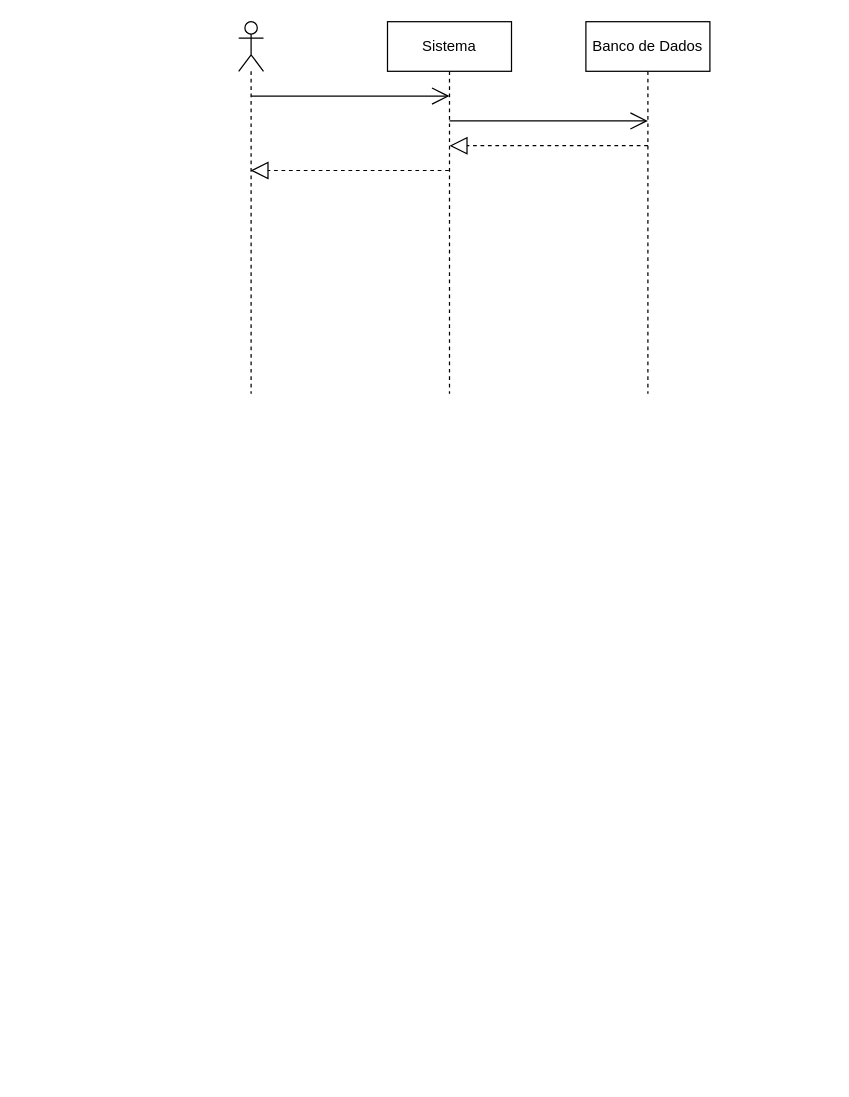
This is page "Mostrar dados Funcionário" (10 of 22) of diagramas/sequencias.drawio from lauraesilva-design/SistemaGest-o-Escolar, a draw.io file, before an edit. Source tidied: cells renumbered, new cells numbered last; positions are measured from the earlier drawing's top-left corner, leaving out a move shared by most shapes. Both pictures are drawn from the tidied source at 124%, with x=0, y=0 at pixel (238, 21).
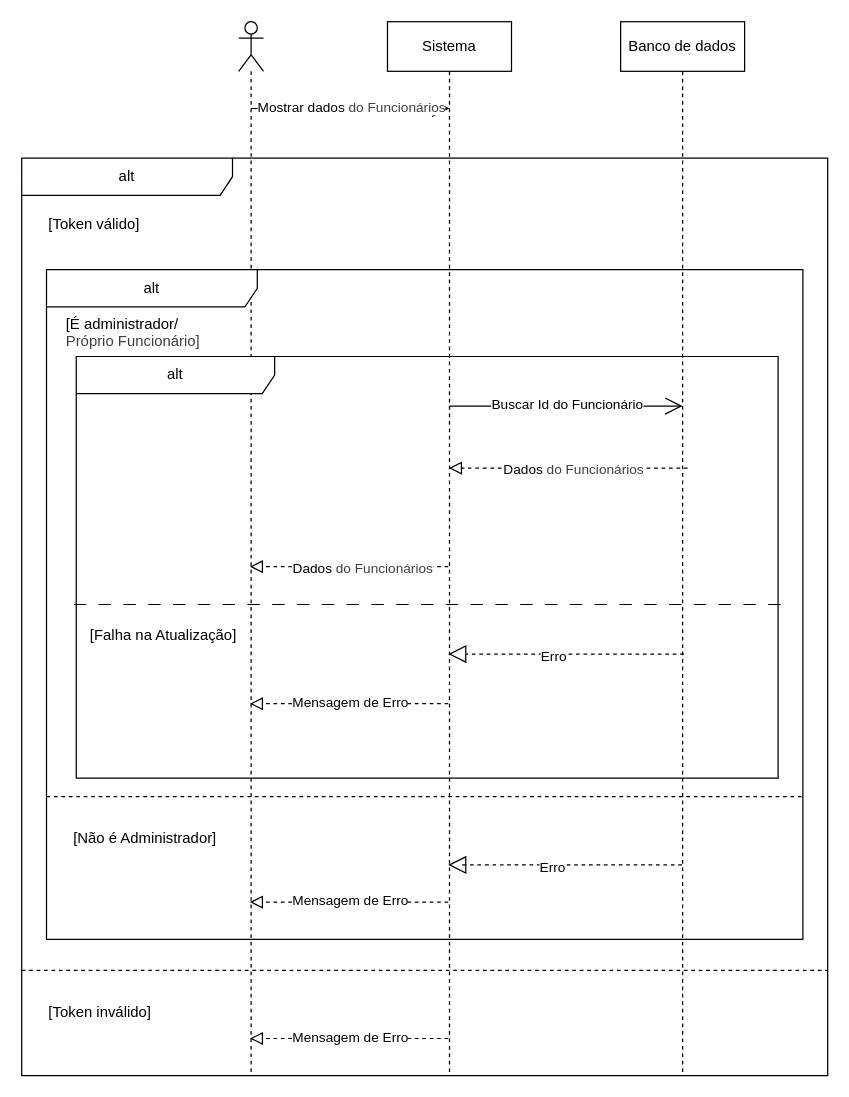
After the change.

What changed in the source:
```diff
@@
-    <mxCell id="2" style="shape=umlLifeline;perimeter=lifelinePerimeter;whiteSpace=wrap;html=1;outlineConnect=0;portConstraint=eastwest;newEdgeStyle={&quot;curved&quot;:0,&quot;rounded&quot;:0};participant=umlActor;" parent="1" vertex="1">
-      <mxGeometry width="20" height="300" as="geometry" />
-    </mxCell>
+    <mxCell id="9" style="shape=umlLifeline;perimeter=lifelinePerimeter;whiteSpace=wrap;html=1;newEdgeStyle={&quot;curved&quot;:0,&quot;rounded&quot;:0};participant=umlActor;" parent="1" vertex="1">
+      <mxGeometry width="20" height="850" as="geometry" />
+    </mxCell>
     <mxCell id="3" value="Sistema" style="shape=umlLifeline;perimeter=lifelinePerimeter;whiteSpace=wrap;html=1;outlineConnect=0;portConstraint=eastwest;newEdgeStyle={&quot;curved&quot;:0,&quot;rounded&quot;:0};" parent="1" vertex="1">
-      <mxGeometry x="120" width="100" height="300" as="geometry" />
+      <mxGeometry x="120" width="100" height="850" as="geometry" />
     </mxCell>
-    <mxCell id="4" value="Banco de Dados" style="shape=umlLifeline;perimeter=lifelinePerimeter;whiteSpace=wrap;html=1;newEdgeStyle={&quot;curved&quot;:0,&quot;rounded&quot;:0};" parent="1" vertex="1">
-      <mxGeometry x="280" width="100" height="300" as="geometry" />
-    </mxCell>
-    <mxCell id="5" style="endArrow=open;endFill=1;endSize=12;html=1;" parent="1" edge="1">
-      <mxGeometry relative="1" as="geometry">
-        <mxPoint x="10" y="60" as="sourcePoint" />
-        <mxPoint x="170" y="60" as="targetPoint" />
-      </mxGeometry>
-    </mxCell>
-    <mxCell id="6" style="endArrow=open;endFill=1;endSize=12;html=1;" parent="1" edge="1">
-      <mxGeometry relative="1" as="geometry">
-        <mxPoint x="170" y="80" as="sourcePoint" />
-        <mxPoint x="330" y="80" as="targetPoint" />
-      </mxGeometry>
-    </mxCell>
-    <mxCell id="7" style="endArrow=block;dashed=1;endFill=0;endSize=12;html=1;" parent="1" edge="1">
-      <mxGeometry relative="1" as="geometry">
-        <mxPoint x="330" y="100" as="sourcePoint" />
-        <mxPoint x="170" y="100" as="targetPoint" />
-      </mxGeometry>
-    </mxCell>
-    <mxCell id="8" style="endArrow=block;dashed=1;endFill=0;endSize=12;html=1;" parent="1" edge="1" source="3" target="2">
-      <mxGeometry relative="1" as="geometry">
-        <Array as="points">
-          <mxPoint x="120" y="120" />
-        </Array>
-      </mxGeometry>
-    </mxCell>
+    <mxCell id="10" value="Banco de dados" style="shape=umlLifeline;perimeter=lifelinePerimeter;whiteSpace=wrap;html=1;newEdgeStyle={&quot;curved&quot;:0,&quot;rounded&quot;:0};" parent="1" vertex="1">
+      <mxGeometry x="308" width="100" height="850" as="geometry" />
+    </mxCell>
+    <mxCell id="11" style="endArrow=open;endFill=1;endSize=12;html=1;" parent="1" edge="1">
+      <mxGeometry relative="1" as="geometry">
+        <mxPoint x="10" y="70" as="sourcePoint" />
+        <mxPoint x="170" y="70" as="targetPoint" />
+      </mxGeometry>
+    </mxCell>
+    <mxCell id="12" value="&lt;span style=&quot;background-color: light-dark(#ffffff, var(--ge-dark-color, #121212));&quot;&gt;&lt;font color=&quot;#000000&quot;&gt;Mostrar dados&lt;/font&gt;&lt;/span&gt;&lt;span style=&quot;background-color: light-dark(#ffffff, var(--ge-dark-color, #121212)); color: rgb(63, 63, 63);&quot;&gt; do Funcionários&lt;/span&gt;" style="edgeLabel;html=1;align=center;verticalAlign=middle;" parent="11" vertex="1">
+      <mxGeometry relative="1" as="geometry">
+        <mxPoint y="-2" as="offset" />
+      </mxGeometry>
+    </mxCell>
+    <mxCell id="13" value="alt" style="shape=umlFrame;whiteSpace=wrap;html=1;width=170;" parent="1" vertex="1">
+      <mxGeometry x="-175" y="110" width="650" height="740" as="geometry" />
+    </mxCell>
+    <mxCell id="14" value="[Token válido]" style="text;html=1;" parent="13" vertex="1">
+      <mxGeometry width="160" height="20" relative="1" as="geometry">
+        <mxPoint x="20" y="40" as="offset" />
+      </mxGeometry>
+    </mxCell>
+    <mxCell id="15" value="alt" style="shape=umlFrame;whiteSpace=wrap;html=1;width=170;" parent="13" vertex="1">
+      <mxGeometry x="20" y="90" width="610" height="540" as="geometry" />
+    </mxCell>
+    <mxCell id="16" value="[É administrador/&lt;div&gt;&lt;span style=&quot;color: rgb(63, 63, 63); background-color: transparent;&quot;&gt;Próprio Funcionário]&lt;/span&gt;&lt;/div&gt;" style="text;html=1;" parent="15" vertex="1">
+      <mxGeometry width="160" height="20" relative="1" as="geometry">
+        <mxPoint x="14" y="30" as="offset" />
+      </mxGeometry>
+    </mxCell>
+    <mxCell id="17" value="[Não é Administrador]" style="line;strokeWidth=1;dashed=1;labelPosition=center;verticalLabelPosition=bottom;align=left;verticalAlign=top;spacingLeft=20;spacingTop=15;html=1;whiteSpace=wrap;" parent="15" vertex="1">
+      <mxGeometry y="420" width="610" height="10" as="geometry" />
+    </mxCell>
+    <mxCell id="18" style="endArrow=block;startArrow=none;endFill=0;startFill=0;endSize=8;html=1;verticalAlign=bottom;dashed=1;labelBackgroundColor=none;" parent="15" edge="1">
+      <mxGeometry relative="1" as="geometry">
+        <mxPoint x="324" y="510" as="sourcePoint" />
+        <mxPoint x="164" y="510" as="targetPoint" />
+      </mxGeometry>
+    </mxCell>
+    <mxCell id="19" value="Mensagem de Erro" style="edgeLabel;html=1;align=center;verticalAlign=middle;" parent="18" vertex="1">
+      <mxGeometry relative="1" as="geometry">
+        <mxPoint y="-2" as="offset" />
+      </mxGeometry>
+    </mxCell>
+    <mxCell id="20" style="endArrow=block;dashed=1;endFill=0;endSize=12;html=1;" parent="15" edge="1">
+      <mxGeometry relative="1" as="geometry">
+        <mxPoint x="512.5" y="480" as="sourcePoint" />
+        <mxPoint x="324" y="480" as="targetPoint" />
+        <Array as="points">
+          <mxPoint x="434.5" y="480" />
+          <mxPoint x="384" y="480" />
+          <mxPoint x="364" y="480" />
+          <mxPoint x="344" y="480" />
+          <mxPoint x="334" y="480" />
+        </Array>
+      </mxGeometry>
+    </mxCell>
+    <mxCell id="21" value="Erro" style="edgeLabel;html=1;align=center;verticalAlign=middle;" parent="20" vertex="1">
+      <mxGeometry x="0.06" y="1" relative="1" as="geometry">
+        <mxPoint x="-5" as="offset" />
+      </mxGeometry>
+    </mxCell>
+    <mxCell id="22" value="alt" style="shape=umlFrame;whiteSpace=wrap;html=1;width=160;" parent="15" vertex="1">
+      <mxGeometry x="24" y="70" width="566" height="340" as="geometry" />
+    </mxCell>
+    <mxCell id="23" style="endArrow=open;endFill=1;endSize=12;html=1;" parent="22" edge="1">
+      <mxGeometry relative="1" as="geometry">
+        <mxPoint x="301" y="40" as="sourcePoint" />
+        <mxPoint x="489" y="40" as="targetPoint" />
+      </mxGeometry>
+    </mxCell>
+    <mxCell id="24" value="Buscar Id do Funcionário" style="edgeLabel;html=1;align=center;verticalAlign=middle;" parent="23" vertex="1">
+      <mxGeometry relative="1" as="geometry">
+        <mxPoint y="-2" as="offset" />
+      </mxGeometry>
+    </mxCell>
+    <mxCell id="25" style="endArrow=block;startArrow=none;endFill=0;startFill=0;endSize=8;html=1;verticalAlign=bottom;dashed=1;labelBackgroundColor=none;" parent="22" edge="1" target="3">
+      <mxGeometry relative="1" as="geometry">
+        <mxPoint x="493" y="90" as="sourcePoint" />
+        <Array as="points">
+          <mxPoint x="320" y="90" />
+        </Array>
+      </mxGeometry>
+    </mxCell>
+    <mxCell id="26" style="endArrow=block;startArrow=none;endFill=0;startFill=0;endSize=8;html=1;verticalAlign=bottom;dashed=1;labelBackgroundColor=none;" parent="22" edge="1">
+      <mxGeometry relative="1" as="geometry">
+        <mxPoint x="300" y="169.5" as="sourcePoint" />
+        <mxPoint x="140" y="169.5" as="targetPoint" />
+      </mxGeometry>
+    </mxCell>
+    <mxCell id="27" value="&lt;span style=&quot;background-color: light-dark(#ffffff, var(--ge-dark-color, #121212));&quot;&gt;&lt;font color=&quot;#000000&quot;&gt;Dados&lt;/font&gt;&lt;/span&gt;&lt;span style=&quot;background-color: light-dark(#ffffff, var(--ge-dark-color, #121212)); color: rgb(63, 63, 63);&quot;&gt; do Funcionários&lt;/span&gt;" style="edgeLabel;html=1;align=center;verticalAlign=middle;" parent="22" vertex="1">
+      <mxGeometry x="230" y="170" as="geometry" />
+    </mxCell>
+    <mxCell id="28" style="endArrow=none;startArrow=none;endFill=0;startFill=0;endSize=8;html=1;verticalAlign=bottom;dashed=1;labelBackgroundColor=none;dashPattern=10 10;" parent="22" edge="1">
+      <mxGeometry relative="1" as="geometry">
+        <mxPoint x="-2" y="200" as="sourcePoint" />
+        <mxPoint x="568" y="200" as="targetPoint" />
+      </mxGeometry>
+    </mxCell>
+    <mxCell id="29" value="&lt;span style=&quot;background-color: light-dark(#ffffff, var(--ge-dark-color, #121212));&quot;&gt;&lt;font color=&quot;#000000&quot;&gt;Dados&lt;/font&gt;&lt;/span&gt;&lt;span style=&quot;background-color: light-dark(#ffffff, var(--ge-dark-color, #121212)); color: rgb(63, 63, 63);&quot;&gt; do Funcionários&lt;/span&gt;" style="edgeLabel;html=1;align=center;verticalAlign=middle;" parent="22" vertex="1">
+      <mxGeometry x="400" y="90" as="geometry" />
+    </mxCell>
+    <mxCell id="30" value="[Falha na Atualização]" style="text;html=1;align=center;verticalAlign=middle;strokeColor=none;fillColor=none;" parent="22" vertex="1">
+      <mxGeometry y="210" width="140" height="30" as="geometry" />
+    </mxCell>
+    <mxCell id="31" style="endArrow=block;dashed=1;endFill=0;endSize=12;html=1;" parent="22" edge="1">
+      <mxGeometry relative="1" as="geometry">
+        <mxPoint x="490" y="240" as="sourcePoint" />
+        <mxPoint x="300" y="240" as="targetPoint" />
+        <Array as="points">
+          <mxPoint x="410.5" y="240" />
+        </Array>
+      </mxGeometry>
+    </mxCell>
+    <mxCell id="32" value="Erro" style="edgeLabel;html=1;align=center;verticalAlign=middle;" parent="31" vertex="1">
+      <mxGeometry x="0.06" y="1" relative="1" as="geometry">
+        <mxPoint x="-5" as="offset" />
+      </mxGeometry>
+    </mxCell>
+    <mxCell id="33" style="endArrow=block;startArrow=none;endFill=0;startFill=0;endSize=8;html=1;verticalAlign=bottom;dashed=1;labelBackgroundColor=none;" parent="22" edge="1">
+      <mxGeometry relative="1" as="geometry">
+        <mxPoint x="300" y="280" as="sourcePoint" />
+        <mxPoint x="140" y="280" as="targetPoint" />
+      </mxGeometry>
+    </mxCell>
+    <mxCell id="34" value="Mensagem de Erro" style="edgeLabel;html=1;align=center;verticalAlign=middle;" parent="33" vertex="1">
+      <mxGeometry relative="1" as="geometry">
+        <mxPoint y="-2" as="offset" />
+      </mxGeometry>
+    </mxCell>
+    <mxCell id="35" value="[Token inválido]" style="line;strokeWidth=1;dashed=1;labelPosition=center;verticalLabelPosition=bottom;align=left;verticalAlign=top;spacingLeft=20;spacingTop=15;html=1;whiteSpace=wrap;" parent="13" vertex="1">
+      <mxGeometry y="650" width="650" height="10" as="geometry" />
+    </mxCell>
+    <mxCell id="36" style="endArrow=block;startArrow=none;endFill=0;startFill=0;endSize=8;html=1;verticalAlign=bottom;dashed=1;labelBackgroundColor=none;" parent="13" edge="1">
+      <mxGeometry relative="1" as="geometry">
+        <mxPoint x="344" y="710" as="sourcePoint" />
+        <mxPoint x="184" y="710" as="targetPoint" />
+      </mxGeometry>
+    </mxCell>
+    <mxCell id="37" value="Mensagem de Erro" style="edgeLabel;html=1;align=center;verticalAlign=middle;" parent="36" vertex="1">
+      <mxGeometry relative="1" as="geometry">
+        <mxPoint y="-2" as="offset" />
+      </mxGeometry>
+    </mxCell>
```
